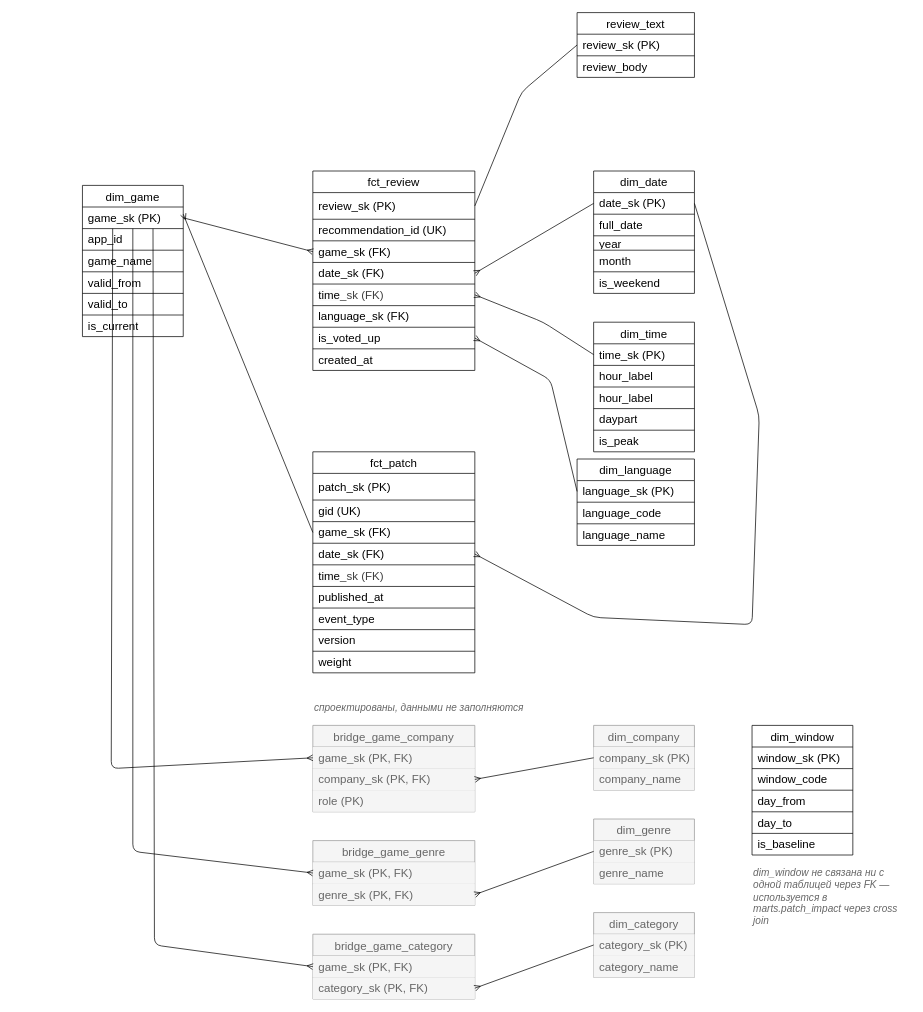
Earlier version of the draw.io diagram docs/er/core.drawio (lebedev-ay/steam-health). Source tidied: cells renumbered, new cells numbered last; positions are measured from the earlier drawing's top-left corner, leaving out a move shared by most shapes. Both pictures are drawn from the tidied source at 72%, with x=0, y=0 at pixel (82, 12).
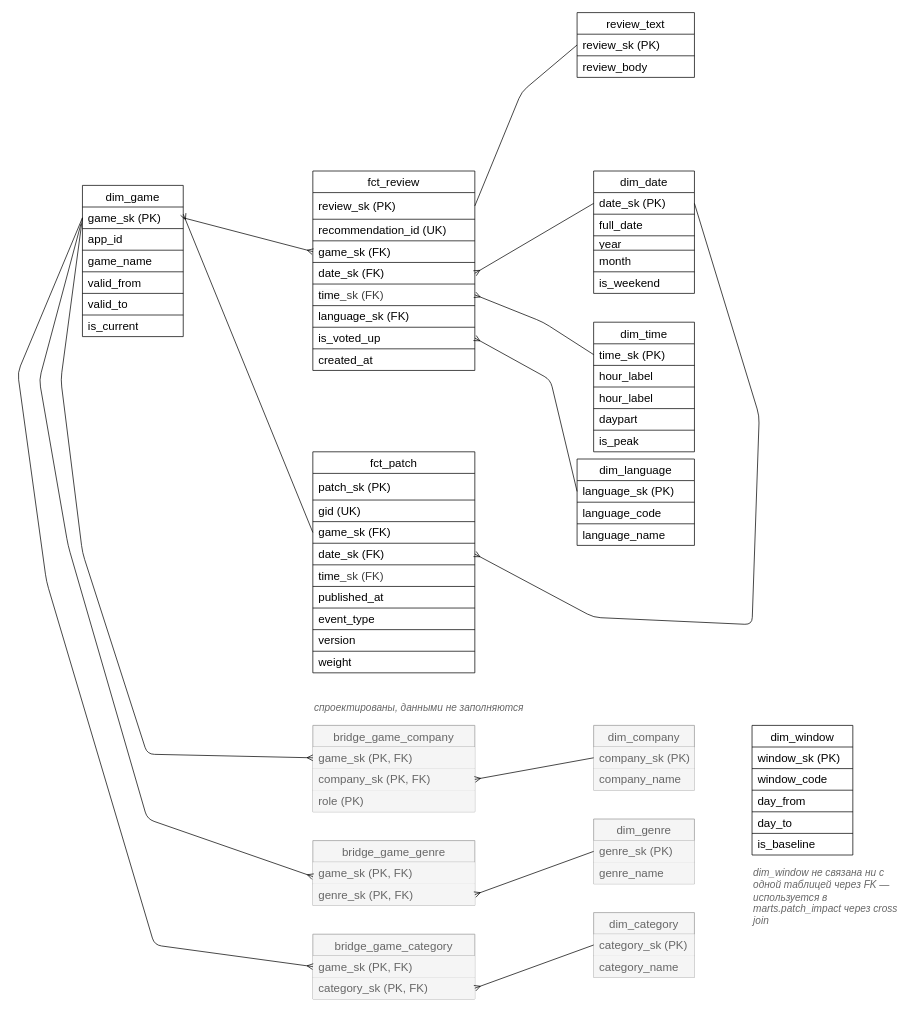
The same page after the edit.

Unchanged cells that the change refers to:
```xml
<mxCell id="3" style="shape=tableRow;horizontal=0;startSize=0;swimlaneHead=0;swimlaneBody=0;top=0;left=0;bottom=0;right=0;fillColor=none;points=[[0,0.5],[1,0.5]];portConstraint=eastwest;strokeColor=inherit;fontSize=16;" parent="2" vertex="1">
  <mxGeometry y="30" width="140" height="30" as="geometry" />
</mxCell>
<mxCell id="121" style="shape=tableRow;horizontal=0;startSize=0;swimlaneHead=0;swimlaneBody=0;top=0;left=0;bottom=0;right=0;fillColor=none;points=[[0,0.5],[1,0.5]];portConstraint=eastwest;strokeColor=inherit;fontSize=16;" parent="120" vertex="1">
  <mxGeometry y="30" width="225" height="30" as="geometry" />
</mxCell>
<mxCell id="128" style="shape=tableRow;horizontal=0;startSize=0;swimlaneHead=0;swimlaneBody=0;top=0;left=0;bottom=0;right=0;fillColor=none;points=[[0,0.5],[1,0.5]];portConstraint=eastwest;strokeColor=inherit;fontSize=16;" parent="127" vertex="1">
  <mxGeometry y="30" width="225" height="30" as="geometry" />
</mxCell>
<mxCell id="133" style="shape=tableRow;horizontal=0;startSize=0;swimlaneHead=0;swimlaneBody=0;top=0;left=0;bottom=0;right=0;fillColor=none;points=[[0,0.5],[1,0.5]];portConstraint=eastwest;strokeColor=inherit;fontSize=16;" parent="132" vertex="1">
  <mxGeometry y="30" width="225" height="30" as="geometry" />
</mxCell>
```

Change to the diagram source:
```diff
@@
-    <mxCell id="137" style="html=1;endArrow=ERmany;endFill=0;exitX=0.3;exitY=1;exitDx=0;exitDy=0;entryX=0;entryY=0.5;entryDx=0;entryDy=0;" parent="1" edge="1" source="3" target="121">
+    <mxCell id="137" style="html=1;endArrow=ERmany;endFill=0;exitX=-0.014;exitY=0.767;exitDx=0;exitDy=0;exitPerimeter=0;" parent="1" edge="1" source="3">
       <mxGeometry relative="1" as="geometry">
+        <mxPoint x="320" y="1200" as="targetPoint" />
         <Array as="points">
-          <mxPoint x="40" y="1050" />
+          <mxPoint x="-60" y="510" />
+          <mxPoint x="-20" y="740" />
+          <mxPoint x="90" y="1120" />
         </Array>
       </mxGeometry>
     </mxCell>
-    <mxCell id="138" style="html=1;endArrow=ERmany;endFill=0;exitX=0.5;exitY=1;exitDx=0;exitDy=0;entryX=0;entryY=0.5;entryDx=0;entryDy=0;" parent="1" edge="1" source="3" target="128">
+    <mxCell id="138" style="html=1;endArrow=ERmany;endFill=0;exitX=0;exitY=0.5;exitDx=0;exitDy=0;entryX=0;entryY=0.5;entryDx=0;entryDy=0;" parent="1" edge="1" source="3" target="121">
       <mxGeometry relative="1" as="geometry">
         <Array as="points">
-          <mxPoint x="70" y="1165" />
+          <mxPoint x="-30" y="510" />
+          <mxPoint y="750" />
+          <mxPoint x="90" y="1030" />
         </Array>
       </mxGeometry>
     </mxCell>
-    <mxCell id="139" style="html=1;endArrow=ERmany;endFill=0;exitX=0.7;exitY=1;exitDx=0;exitDy=0;entryX=0;entryY=0.5;entryDx=0;entryDy=0;" parent="1" edge="1" source="3" target="133">
+    <mxCell id="139" style="html=1;endArrow=ERmany;endFill=0;exitX=0;exitY=0.5;exitDx=0;exitDy=0;entryX=0;entryY=0.5;entryDx=0;entryDy=0;" parent="1" edge="1" source="3" target="133">
       <mxGeometry relative="1" as="geometry">
         <Array as="points">
+          <mxPoint x="-90" y="500" />
+          <mxPoint x="-50" y="790" />
           <mxPoint x="100" y="1295" />
         </Array>
       </mxGeometry>
     </mxCell>
```
